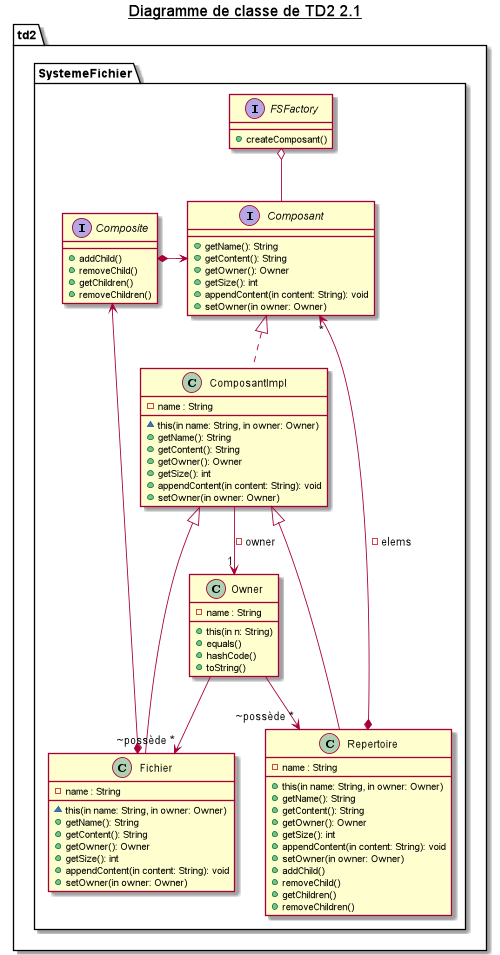
The PlantUML diagram ScreenShotTD/TD2/TD2SystemeFichier.png in KrishnarashTHEVAKUMARAN/mapc, before a commit.
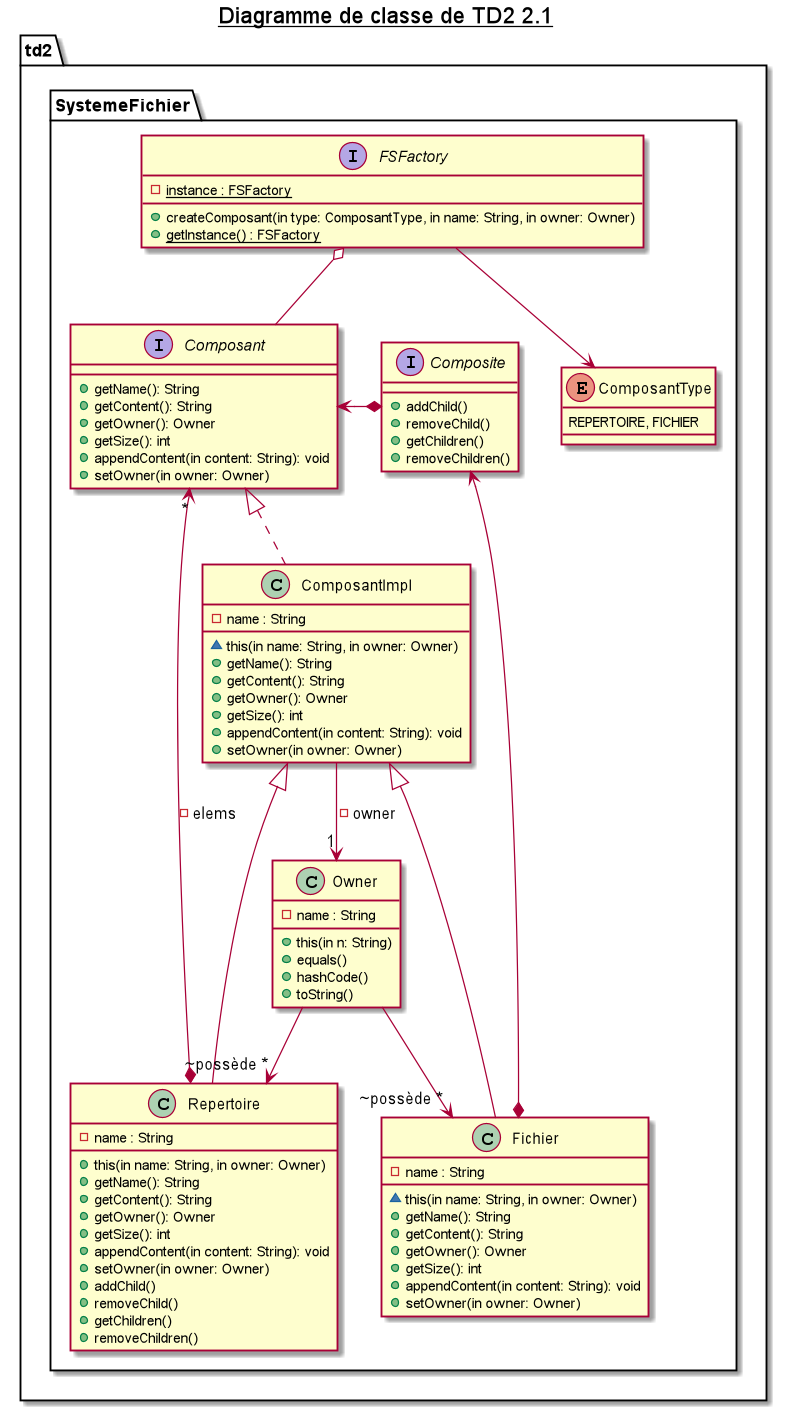
The same file after the commit.

Commit message:
Fin Implementation Systeme Fichier

The edit, as a diff of the source:
```diff
@@ -20,7 +20,13 @@
             }
 
             interface FSFactory {
-                + createComposant()
+                - {static} instance : FSFactory
+                + createComposant(in type: ComposantType, in name: String, in owner: Owner)
+                + {static} getInstance() : FSFactory
+            }
+
+            enum ComposantType {
+                REPERTOIRE, FICHIER
             }
 
             class ComposantImpl implements Composant{
@@ -75,6 +81,7 @@
 
    Composite *-> Composant
    ComposantImpl --> "1" Owner  : -owner
+   FSFactory --> ComposantType
    Repertoire *--> "*" Composant : - elems
    FSFactory o-- Composant
    Fichier *-->  Composite
```
